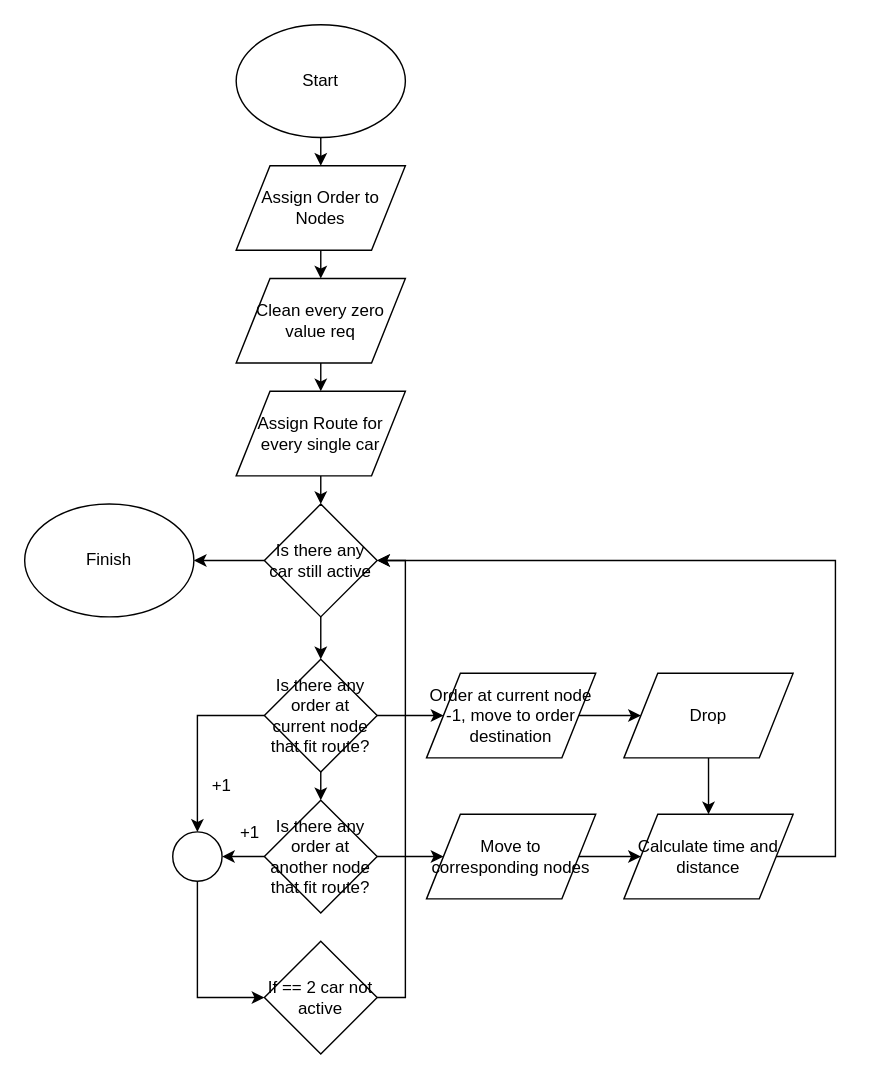
The draw.io diagram FlowchartVRPPD.drawio in AlbertHM/WahahaSystem, before the edit. Source tidied: cells renumbered, new cells numbered last; positions are measured from the earlier drawing's top-left corner, leaving out a move shared by most shapes. Both pictures are drawn from the tidied source at 141%, with x=0, y=0 at pixel (24, 24).
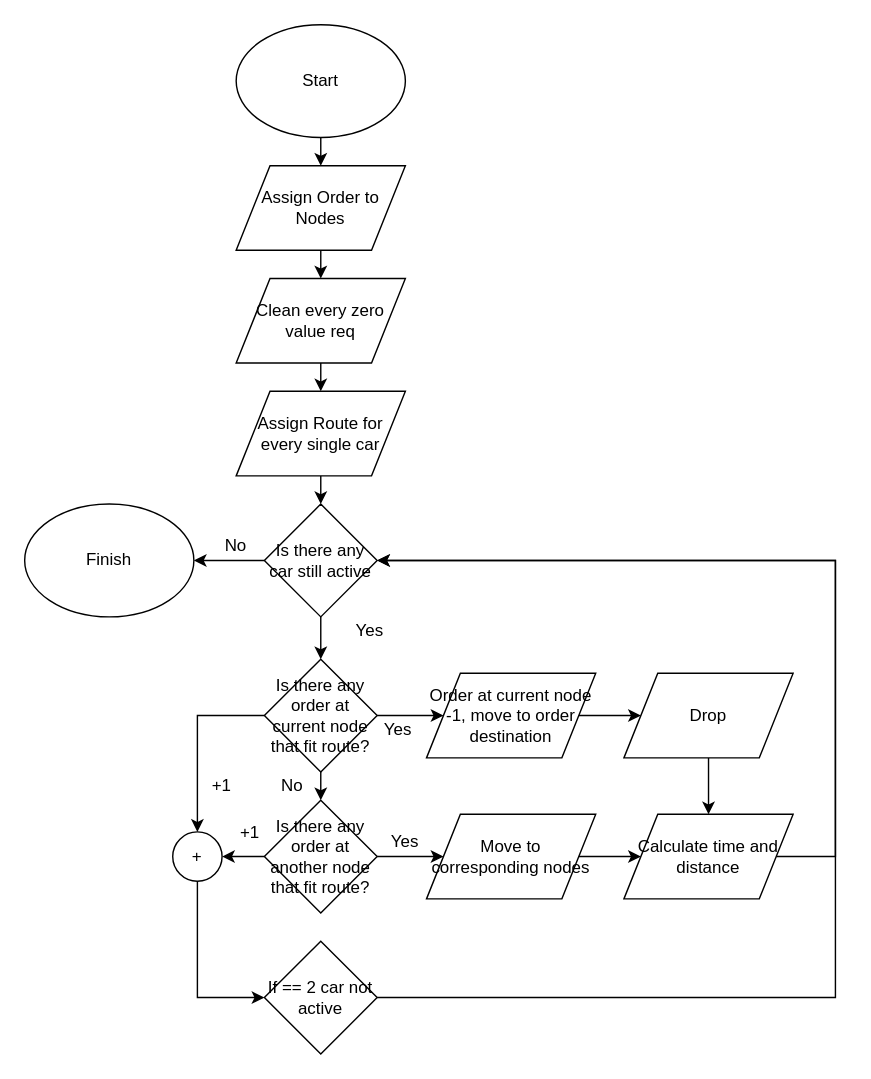
After the change.

Unchanged cells that the change refers to:
```xml
<mxCell id="12" value="Is there any car still active" style="rhombus;whiteSpace=wrap;html=1;" parent="1" vertex="1">
  <mxGeometry x="170" y="340" width="80" height="80" as="geometry" />
</mxCell>
<mxCell id="33" value="If == 2 car not active" style="rhombus;whiteSpace=wrap;html=1;" parent="1" vertex="1">
  <mxGeometry x="170" y="650" width="80" height="80" as="geometry" />
</mxCell>
```

Change to the diagram source:
```diff
@@
-    <mxCell id="29" style="ellipse;whiteSpace=wrap;html=1;" parent="1" vertex="1">
+    <mxCell id="29" value="+" style="ellipse;whiteSpace=wrap;html=1;" parent="1" vertex="1">
       <mxGeometry x="105" y="572.5" width="35" height="35" as="geometry" />
     </mxCell>
@@
     <mxCell id="32" style="edgeStyle=orthogonalEdgeStyle;rounded=0;jettySize=auto;html=1;exitX=1;exitY=0.5;exitDx=0;exitDy=0;entryX=1;entryY=0.5;entryDx=0;entryDy=0;" parent="1" edge="1" source="33" target="12">
-      <mxGeometry relative="1" as="geometry" />
+      <mxGeometry relative="1" as="geometry">
+        <Array as="points">
+          <mxPoint x="575" y="690" />
+          <mxPoint x="575" y="380" />
+        </Array>
+      </mxGeometry>
     </mxCell>
@@
+    <mxCell id="35" value="Yes" style="text;html=1;strokeColor=none;fillColor=none;align=center;verticalAlign=middle;whiteSpace=wrap;rounded=0;" parent="1" vertex="1">
+      <mxGeometry x="245" y="490" width="40" height="20" as="geometry" />
+    </mxCell>
+    <mxCell id="36" value="Yes" style="text;html=1;strokeColor=none;fillColor=none;align=center;verticalAlign=middle;whiteSpace=wrap;rounded=0;" parent="1" vertex="1">
+      <mxGeometry x="250" y="570" width="40" height="20" as="geometry" />
+    </mxCell>
+    <mxCell id="37" value="No" style="text;html=1;strokeColor=none;fillColor=none;align=center;verticalAlign=middle;whiteSpace=wrap;rounded=0;" parent="1" vertex="1">
+      <mxGeometry x="170" y="530" width="40" height="20" as="geometry" />
+    </mxCell>
+    <mxCell id="38" value="Yes" style="text;html=1;strokeColor=none;fillColor=none;align=center;verticalAlign=middle;whiteSpace=wrap;rounded=0;" parent="1" vertex="1">
+      <mxGeometry x="225" y="420" width="40" height="20" as="geometry" />
+    </mxCell>
+    <mxCell id="39" value="No" style="text;html=1;strokeColor=none;fillColor=none;align=center;verticalAlign=middle;whiteSpace=wrap;rounded=0;" parent="1" vertex="1">
+      <mxGeometry x="130" y="360" width="40" height="20" as="geometry" />
+    </mxCell>
```
